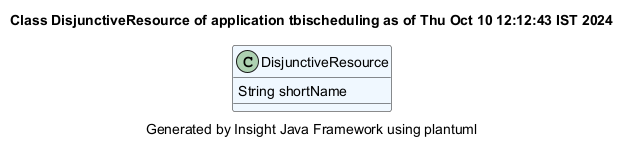
Before: demonstrator/tbischeduling/site/plantuml/DisjunctiveResource.png, a diagram exported from PlantUML (hsimonis/schedulingtraining). The source it was exported from:
```plantuml
@startuml
title Class DisjunctiveResource of application tbischeduling as of Thu Oct 10 12:12:43 IST 2024
caption Generated by Insight Java Framework using plantuml
class DisjunctiveResource #aliceblue
DisjunctiveResource : String shortName

@enduml
```
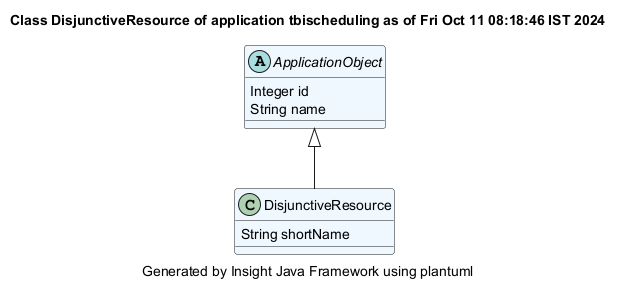
The same diagram one commit later.

What changed in the source:
```diff
@@ -1,7 +1,12 @@
 @startuml
-title Class DisjunctiveResource of application tbischeduling as of Thu Oct 10 12:12:43 IST 2024
+title Class DisjunctiveResource of application tbischeduling as of Fri Oct 11 08:18:46 IST 2024
 caption Generated by Insight Java Framework using plantuml
 class DisjunctiveResource #aliceblue
 DisjunctiveResource : String shortName
 
+abstract ApplicationObject #aliceblue
+ApplicationObject : Integer id
+ApplicationObject : String name
+
+ApplicationObject <|-- DisjunctiveResource
 @enduml
```
